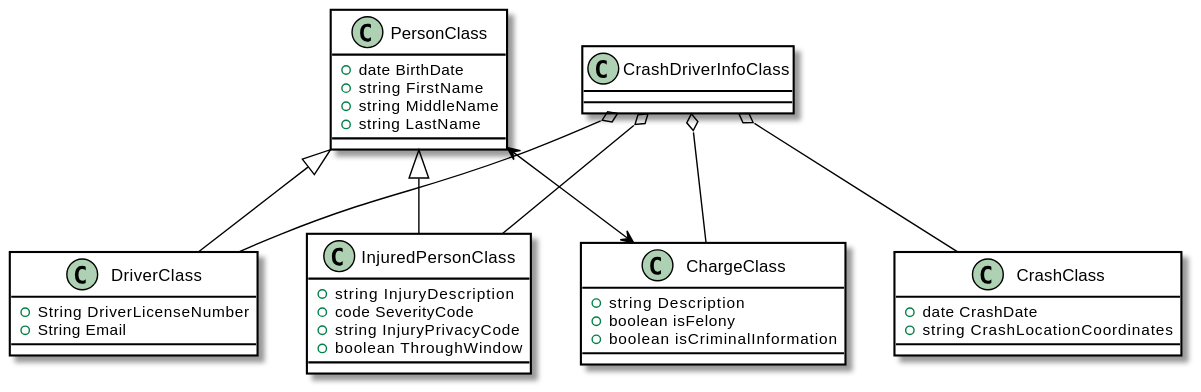
The PlantUML diagram Class Diagram/CrashDriverClassDiagram_PlantUML.svg in NIEM/NIEM-Training, before a commit.
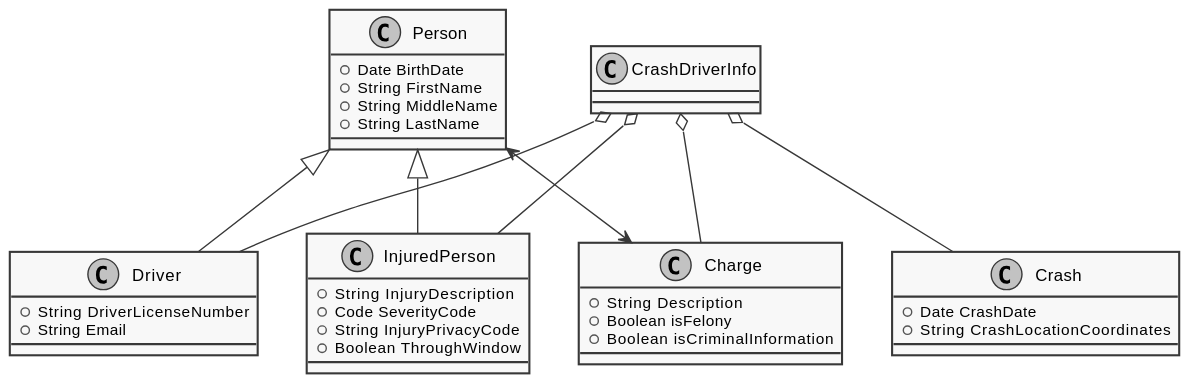
After the change.

The edit, as a diff of the source:
```diff
@@ -1,54 +1,51 @@
 @startuml
 
-	skinparam class {
-		TextColor Red
-		BackgroundColor White
-		ArrowColor Black
-		BorderColor Black
+skinparam shadowing false
+skinparam monochrome true
+skinparam backgroundColor transparent
+
+	class CrashDriverInfo{
 	}
 
-	class CrashDriverInfoClass{
+	CrashDriverInfo o-- Driver
+	CrashDriverInfo o-- InjuredPerson
+	CrashDriverInfo o-- Crash
+	CrashDriverInfo o-- Charge
+
+	Person <|-- Driver
+	Person <|-- InjuredPerson
+
+	class Person{
+		+Date BirthDate
+		+String FirstName
+		+String MiddleName
+		+String LastName
 	}
 
-	CrashDriverInfoClass o-- DriverClass
-	CrashDriverInfoClass o-- InjuredPersonClass
-	CrashDriverInfoClass o-- CrashClass
-	CrashDriverInfoClass o-- ChargeClass
-
-	PersonClass <|-- DriverClass
-	PersonClass <|-- InjuredPersonClass
-
-	class PersonClass{
-		+date BirthDate
-		+string FirstName
-		+string MiddleName
-		+string LastName
-	}
-
-	class DriverClass{
+	class Driver{
 		+String DriverLicenseNumber
 		+String Email
 
 	}
 
-	class InjuredPersonClass{
-		+string InjuryDescription
-		+code SeverityCode
-		+string InjuryPrivacyCode
-		+boolean ThroughWindow
+	class InjuredPerson{
+		+String InjuryDescription
+		+Code SeverityCode
+		+String InjuryPrivacyCode
+		+Boolean ThroughWindow
 	}
 
-	class ChargeClass{
-		+string Description
-		+boolean isFelony
-		+boolean isCriminalInformation
+	class Charge{
+		+String Description
+		+Boolean isFelony
+		+Boolean isCriminalInformation
 	}
 
-	class CrashClass{
-		+date CrashDate
-		+string CrashLocationCoordinates
+	class Crash{
+		+Date CrashDate
+		+String CrashLocationCoordinates
 	}
 
-	PersonClass <--> ChargeClass
+	Person <--> Charge
 
 @enduml
```
